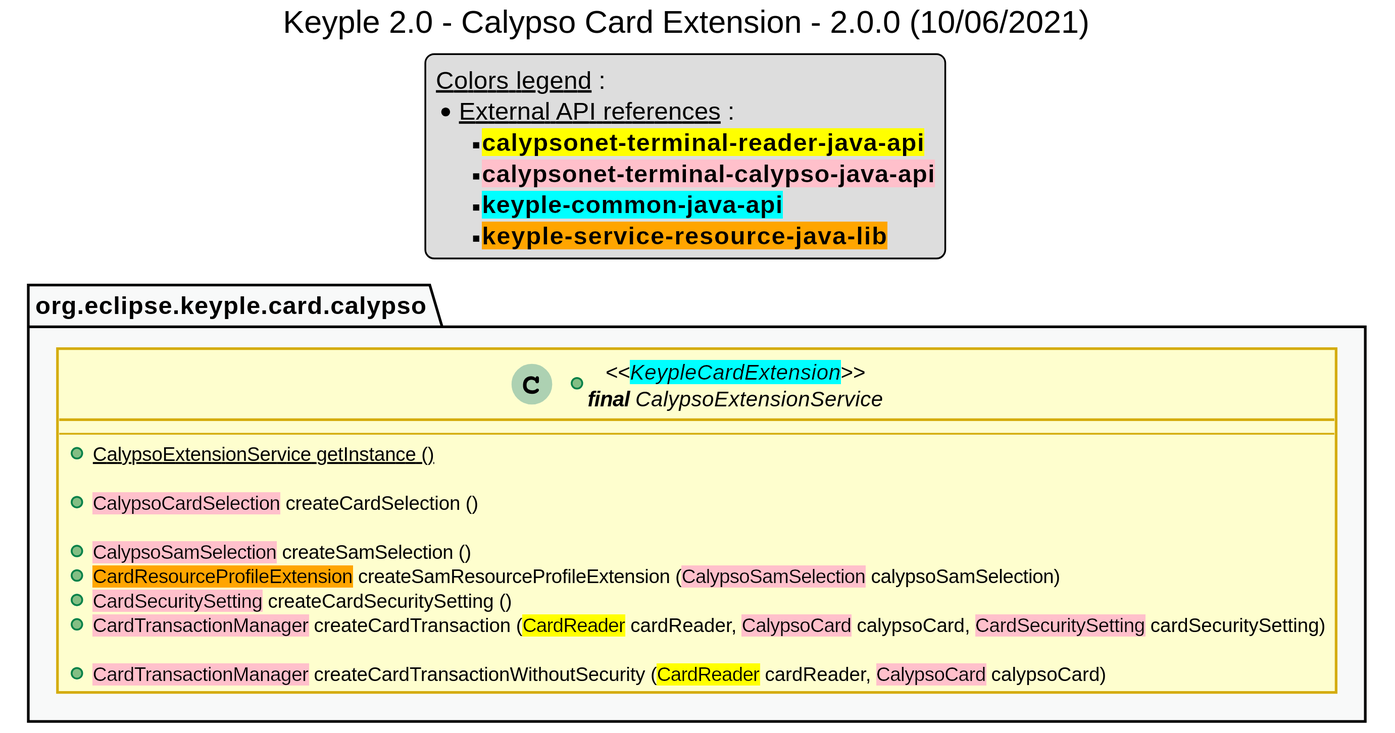
Above: uml/class-diagram/lib/card-calypso/keyple_2_0_class_calypso_card_extension.svg in calypsonet/keyple_2_0 (PlantUML), before the change.
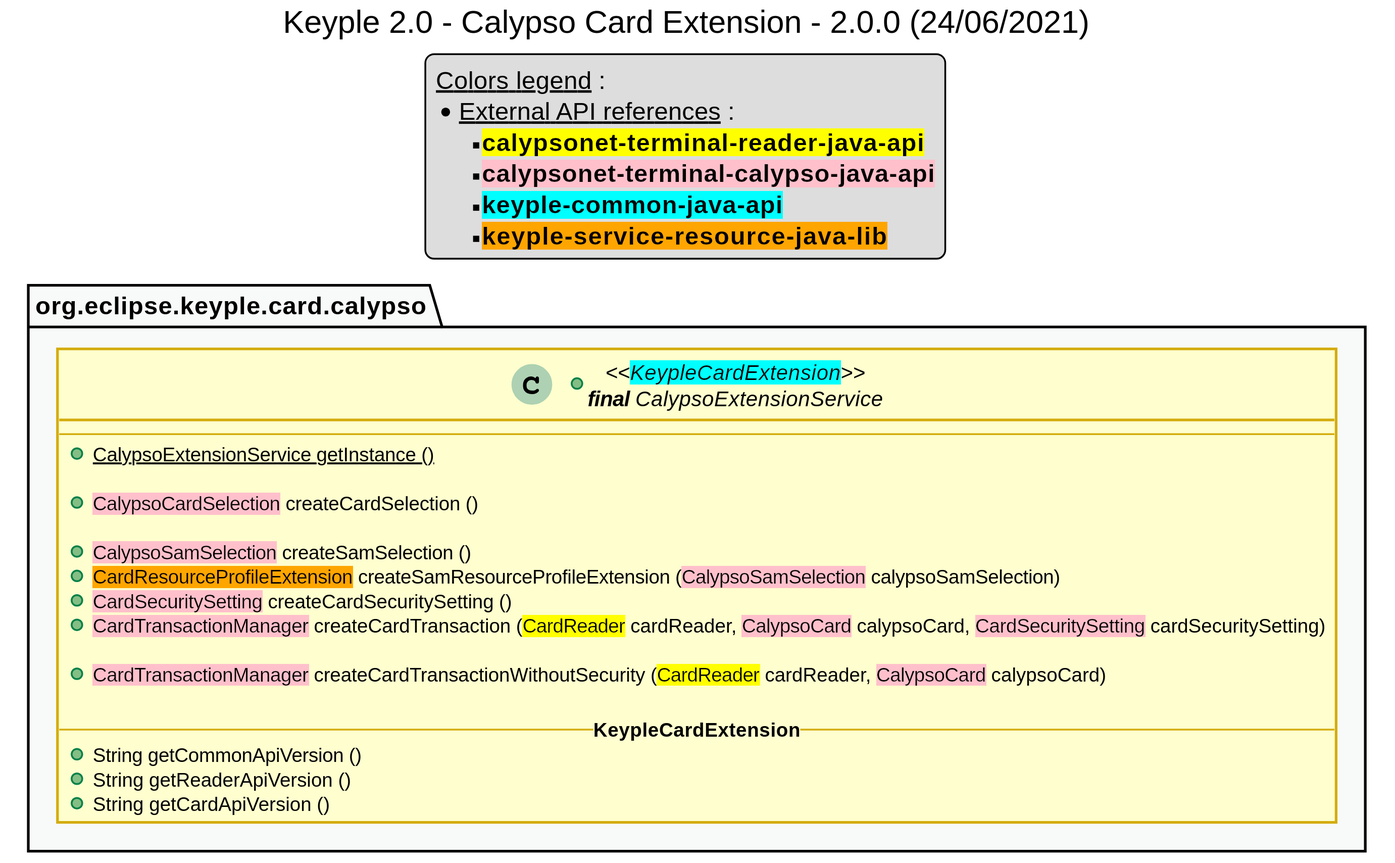
The same file after the commit.

What changed in the source:
```diff
@@ -1,6 +1,6 @@
 @startuml
 title
-    Keyple 2.0 - Calypso Card Extension - 2.0.0 (10/06/2021)
+    Keyple 2.0 - Calypso Card Extension - 2.0.0 (24/06/2021)
 end title
 
 
@@ -59,6 +59,11 @@
         +<back:pink>CardTransactionManager</back> createCardTransaction (<back:yellow>CardReader</back> cardReader, <back:pink>CalypsoCard</back> calypsoCard, <back:pink>CardSecuritySetting</back> cardSecuritySetting)
 
         +<back:pink>CardTransactionManager</back> createCardTransactionWithoutSecurity (<back:yellow>CardReader</back> cardReader, <back:pink>CalypsoCard</back> calypsoCard)
+
+        -- **KeypleCardExtension** --
+        +String getCommonApiVersion ()
+        +String getReaderApiVersion ()
+        +String getCardApiVersion ()
     }
 }
 
```
